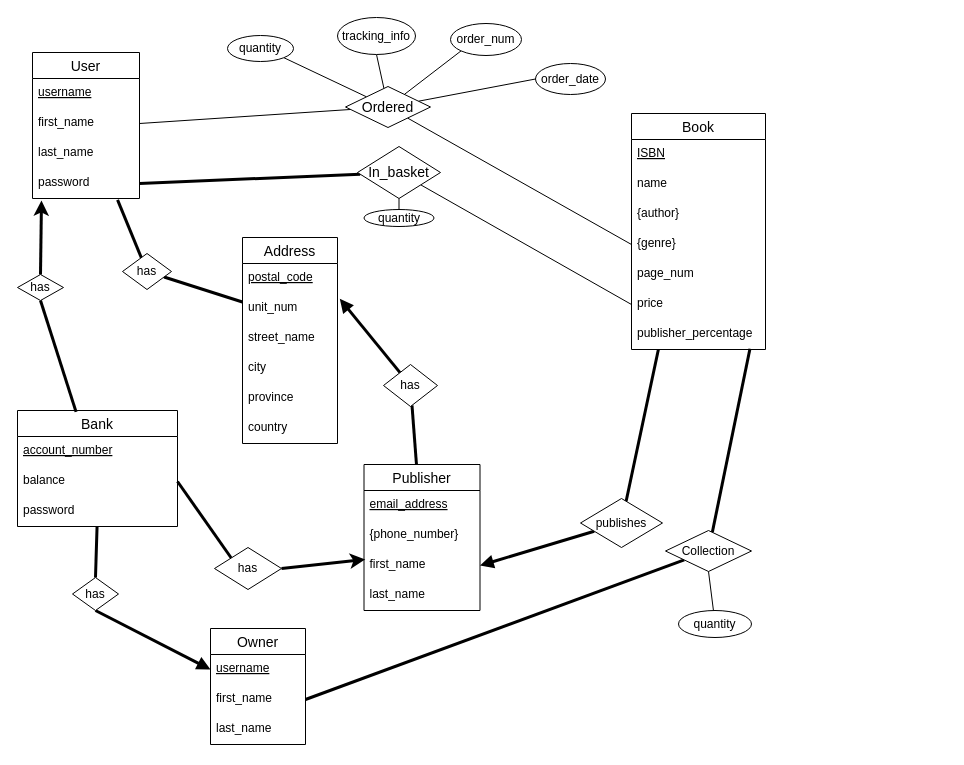
Earlier version of the draw.io diagram Diagrams/2.2. Reduction to Relation Schemas.drawio (MiniEinsteinD/BookStore). Source tidied: cells renumbered, new cells numbered last; positions are measured from the earlier drawing's top-left corner, leaving out a move shared by most shapes. Both pictures are drawn from the tidied source at 100%, with x=0, y=0 at pixel (17, 17).
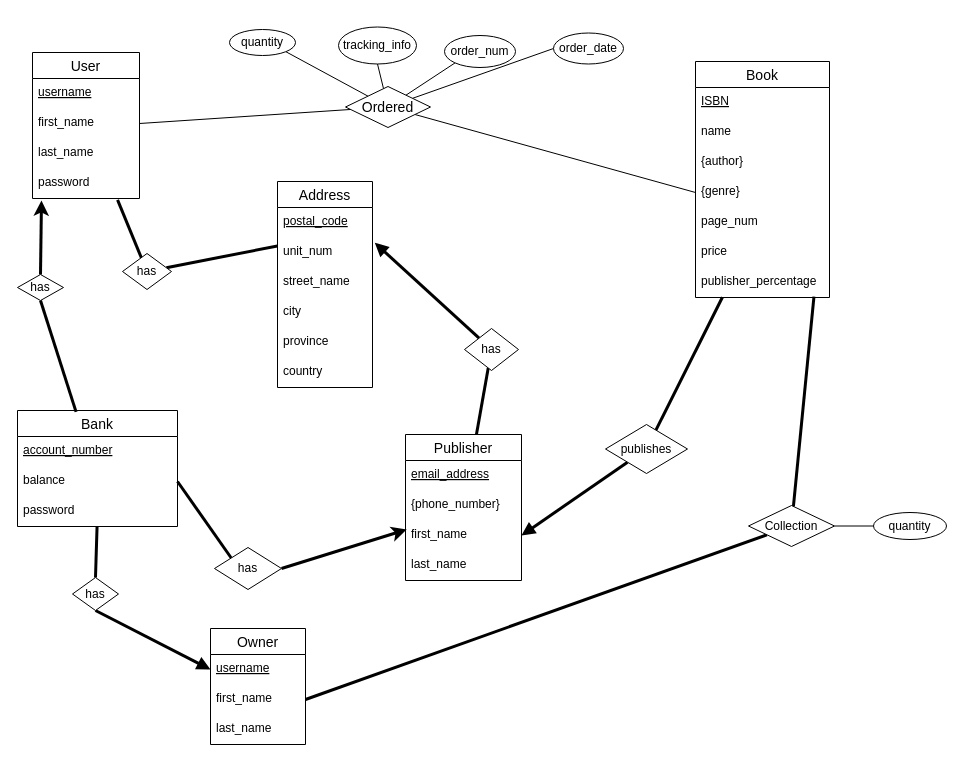
The same diagram, later.

Unchanged cells that the change refers to:
```xml
<mxCell id="6" value="password" style="text;strokeColor=none;fillColor=none;spacingLeft=4;spacingRight=4;overflow=hidden;points=[[0,0.5],[1,0.5]];portConstraint=eastwest;fontSize=12;fontColor=default;" parent="2" vertex="1">
  <mxGeometry y="116" width="107" height="30" as="geometry" />
</mxCell>
<mxCell id="13" value="price" style="text;strokeColor=none;fillColor=none;spacingLeft=4;spacingRight=4;overflow=hidden;points=[[0,0.5],[1,0.5]];portConstraint=eastwest;fontSize=12;fontColor=default;" parent="7" vertex="1">
  <mxGeometry y="176" width="134" height="30" as="geometry" />
</mxCell>
```

The edit, as a diff of the source:
```diff
@@
-    <mxCell id="7" value="Book" style="swimlane;fontStyle=0;horizontal=1;startSize=26;align=center;fontSize=14;fontColor=default;" parent="1" vertex="1">
-      <mxGeometry x="614" y="96" width="134" height="236" as="geometry" />
+    <mxCell id="7" value="Book" style="swimlane;fontStyle=0;horizontal=1;startSize=26;align=center;fontSize=14;fontColor=default;rounded=0;" parent="1" vertex="1">
+      <mxGeometry x="678" y="44" width="134" height="236" as="geometry" />
     </mxCell>
@@
     <mxCell id="17" value="Collection" style="shape=rhombus;perimeter=rhombusPerimeter;whiteSpace=wrap;html=1;align=center;fontColor=default;" parent="1" vertex="1">
-      <mxGeometry x="648" y="513" width="86" height="41" as="geometry" />
+      <mxGeometry x="731" y="488" width="86" height="41" as="geometry" />
     </mxCell>
-    <mxCell id="18" style="edgeStyle=none;html=1;entryX=0.5;entryY=1;entryDx=0;entryDy=0;endArrow=none;endFill=0;" parent="1" edge="1" source="19" target="17">
+    <mxCell id="18" style="edgeStyle=none;html=1;entryX=1;entryY=0.5;entryDx=0;entryDy=0;endArrow=none;endFill=0;exitX=0;exitY=0.5;exitDx=0;exitDy=0;" parent="1" edge="1" source="19" target="17">
       <mxGeometry relative="1" as="geometry" />
     </mxCell>
     <mxCell id="19" value="&lt;span style=&quot;text-align: left&quot;&gt;quantity&lt;/span&gt;" style="ellipse;whiteSpace=wrap;html=1;align=center;fontColor=default;" parent="1" vertex="1">
-      <mxGeometry x="661" y="593" width="73" height="27" as="geometry" />
+      <mxGeometry x="856" y="495" width="73" height="27" as="geometry" />
     </mxCell>
@@
     <mxCell id="27" value="Address" style="swimlane;fontStyle=0;horizontal=1;startSize=26;align=center;fontSize=14;" parent="1" vertex="1">
-      <mxGeometry x="225" y="220" width="95" height="206" as="geometry" />
+      <mxGeometry x="260" y="164" width="95" height="206" as="geometry" />
     </mxCell>
@@
-    <mxCell id="44" style="edgeStyle=none;html=1;endArrow=none;endFill=0;entryX=0;entryY=0.5;entryDx=0;entryDy=0;" parent="1" edge="1" source="46" target="13">
-      <mxGeometry relative="1" as="geometry" />
-    </mxCell>
-    <mxCell id="45" style="edgeStyle=none;html=1;entryX=1;entryY=0.5;entryDx=0;entryDy=0;endArrow=none;endFill=0;strokeWidth=3;" parent="1" edge="1" source="46" target="6">
-      <mxGeometry relative="1" as="geometry" />
-    </mxCell>
-    <mxCell id="46" value="&lt;span style=&quot;font-size: 14px&quot;&gt;In_basket&lt;/span&gt;" style="shape=rhombus;perimeter=rhombusPerimeter;whiteSpace=wrap;html=1;align=center;fontColor=default;" parent="1" vertex="1">
-      <mxGeometry x="340" y="129" width="83" height="52" as="geometry" />
-    </mxCell>
-    <mxCell id="47" style="edgeStyle=none;html=1;endArrow=none;endFill=0;entryX=0.5;entryY=1;entryDx=0;entryDy=0;" parent="1" edge="1" source="48" target="46">
-      <mxGeometry relative="1" as="geometry" />
-    </mxCell>
-    <mxCell id="48" value="&lt;span style=&quot;text-align: left&quot;&gt;quantity&lt;/span&gt;" style="ellipse;whiteSpace=wrap;html=1;align=center;fontColor=default;" parent="1" vertex="1">
-      <mxGeometry x="346.5" y="192" width="70" height="17" as="geometry" />
-    </mxCell>
     <mxCell id="49" value="&lt;span style=&quot;text-align: left&quot;&gt;order_date&lt;/span&gt;" style="ellipse;whiteSpace=wrap;html=1;align=center;fontColor=default;" parent="1" vertex="1">
-      <mxGeometry x="518" y="46" width="70" height="31" as="geometry" />
+      <mxGeometry x="536" y="15.5" width="70" height="31" as="geometry" />
     </mxCell>
     <mxCell id="50" value="&lt;span style=&quot;text-align: left&quot;&gt;tracking_info&lt;/span&gt;" style="ellipse;whiteSpace=wrap;html=1;align=center;fontColor=default;" parent="1" vertex="1">
-      <mxGeometry x="320" width="78" height="37" as="geometry" />
+      <mxGeometry x="321" y="9.5" width="78" height="37" as="geometry" />
     </mxCell>
     <mxCell id="51" value="&lt;span style=&quot;text-align: left&quot;&gt;quantity&lt;/span&gt;" style="ellipse;whiteSpace=wrap;html=1;align=center;fontColor=default;" parent="1" vertex="1">
-      <mxGeometry x="210" y="18" width="66" height="26" as="geometry" />
+      <mxGeometry x="212" y="12" width="66" height="26" as="geometry" />
     </mxCell>
     <mxCell id="52" value="&lt;span style=&quot;text-align: left&quot;&gt;order_num&lt;/span&gt;" style="ellipse;whiteSpace=wrap;html=1;align=center;fontColor=default;" parent="1" vertex="1">
-      <mxGeometry x="433" y="6" width="71" height="32" as="geometry" />
+      <mxGeometry x="427" y="18" width="71" height="32" as="geometry" />
     </mxCell>
     <mxCell id="53" value="Publisher" style="swimlane;fontStyle=0;horizontal=1;startSize=26;align=center;fontSize=14;" parent="1" vertex="1">
-      <mxGeometry x="346.5" y="447" width="116" height="146" as="geometry" />
+      <mxGeometry x="388" y="417" width="116" height="146" as="geometry" />
     </mxCell>
@@
     <mxCell id="70" value="publishes" style="shape=rhombus;perimeter=rhombusPerimeter;whiteSpace=wrap;html=1;align=center;fontColor=default;" parent="1" vertex="1">
-      <mxGeometry x="563" y="481" width="82" height="49" as="geometry" />
+      <mxGeometry x="588" y="407" width="82" height="49" as="geometry" />
     </mxCell>
@@
     <mxCell id="73" value="has" style="shape=rhombus;perimeter=rhombusPerimeter;whiteSpace=wrap;html=1;align=center;fontColor=default;" parent="1" vertex="1">
-      <mxGeometry x="366" y="347" width="54" height="42" as="geometry" />
+      <mxGeometry x="447" y="311" width="54" height="42" as="geometry" />
     </mxCell>
```
